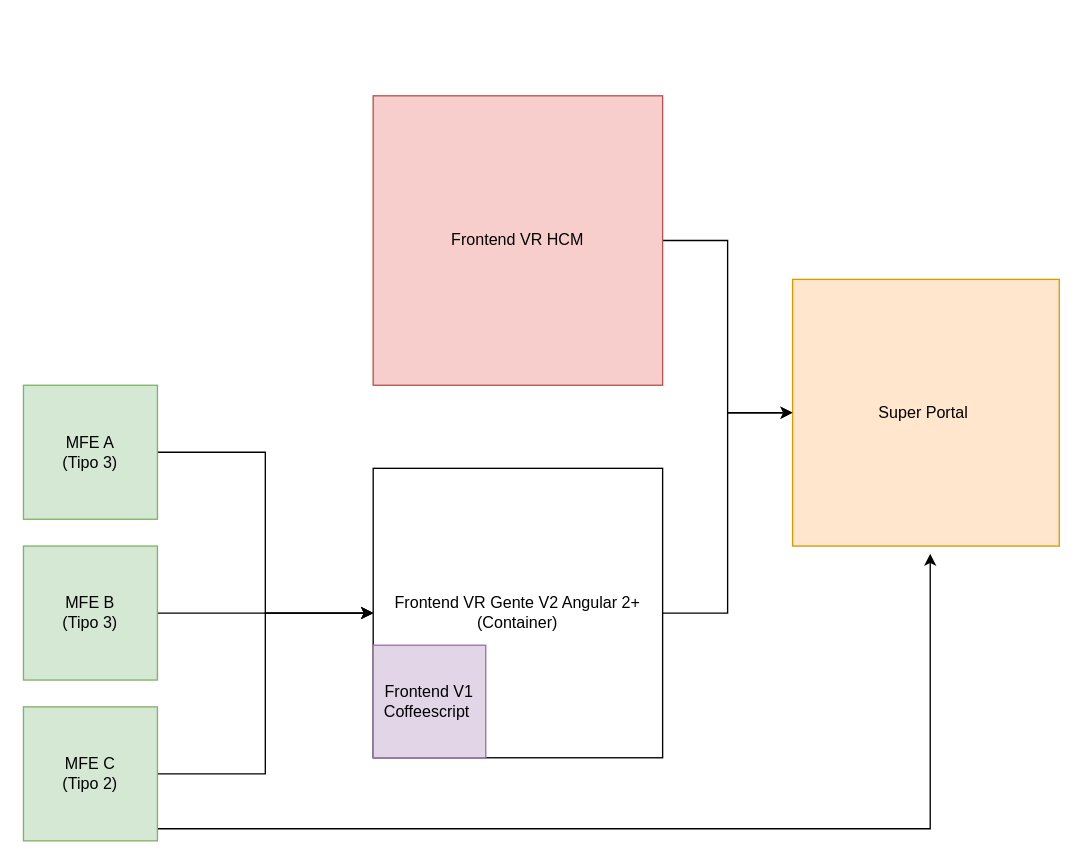
Above: Diagrama sem nome.drawio in rubem-pontomais/draw (draw.io), before the change. Source tidied: cells renumbered, new cells numbered last; positions are measured from the earlier drawing's top-left corner, leaving out a move shared by most shapes. Both pictures are drawn from the tidied source at 134%, with x=0, y=0 at pixel (23, 95).
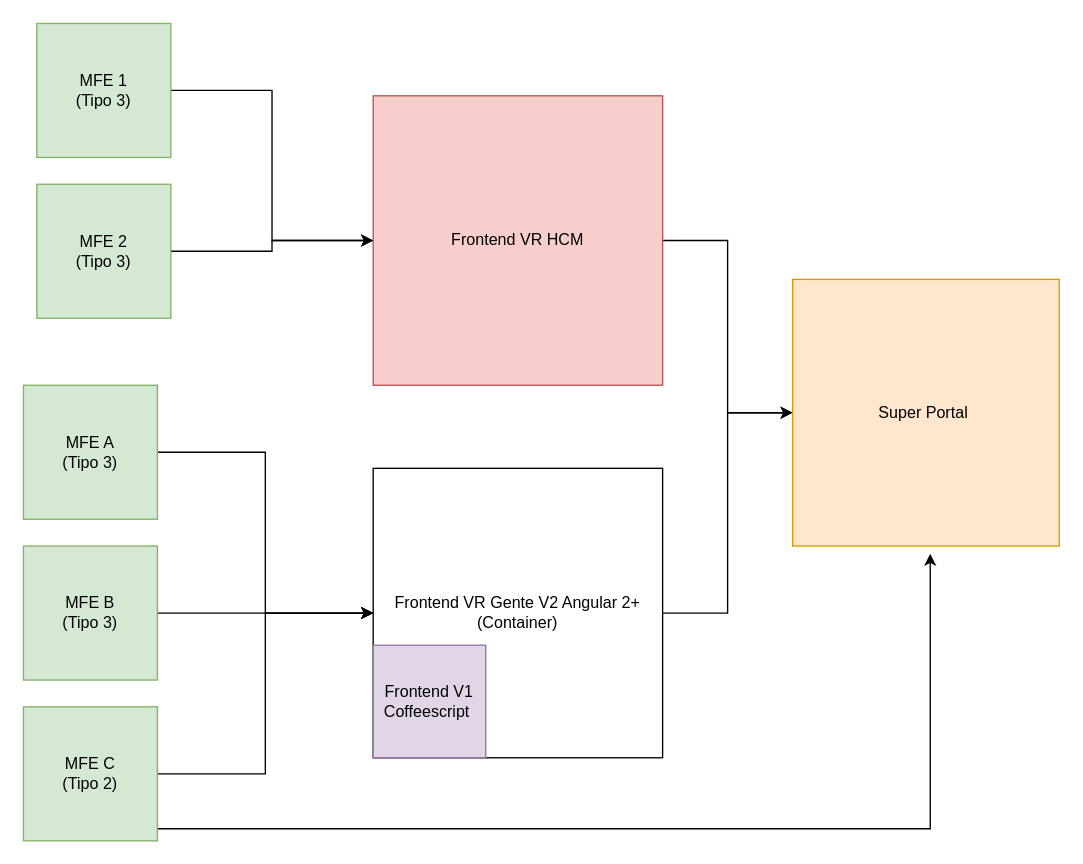
The same diagram, later.

The change refers to these unchanged cells:
```xml
<mxCell id="14" value="Frontend VR HCM" style="whiteSpace=wrap;html=1;fillColor=#f8cecc;strokeColor=#b85450;" parent="1" vertex="1">
  <mxGeometry x="261" width="216" height="216" as="geometry" />
</mxCell>
```

The edit, as a diff of the source:
```diff
@@
+    <mxCell id="15" style="edgeStyle=orthogonalEdgeStyle;rounded=0;jettySize=auto;html=1;" parent="1" edge="1" source="16" target="14">
+      <mxGeometry relative="1" as="geometry" />
+    </mxCell>
+    <mxCell id="16" value="MFE 1&lt;br&gt;(Tipo 3)" style="whiteSpace=wrap;html=1;fillColor=#d5e8d4;strokeColor=#82b366;" parent="1" vertex="1">
+      <mxGeometry x="10" y="-54" width="100" height="100" as="geometry" />
+    </mxCell>
+    <mxCell id="17" style="edgeStyle=orthogonalEdgeStyle;rounded=0;jettySize=auto;html=1;entryX=0;entryY=0.5;entryDx=0;entryDy=0;" parent="1" edge="1" source="18" target="14">
+      <mxGeometry relative="1" as="geometry" />
+    </mxCell>
+    <mxCell id="18" value="MFE 2&lt;br&gt;(Tipo 3)" style="whiteSpace=wrap;html=1;fillColor=#d5e8d4;strokeColor=#82b366;" parent="1" vertex="1">
+      <mxGeometry x="10" y="66" width="100" height="100" as="geometry" />
+    </mxCell>
```
